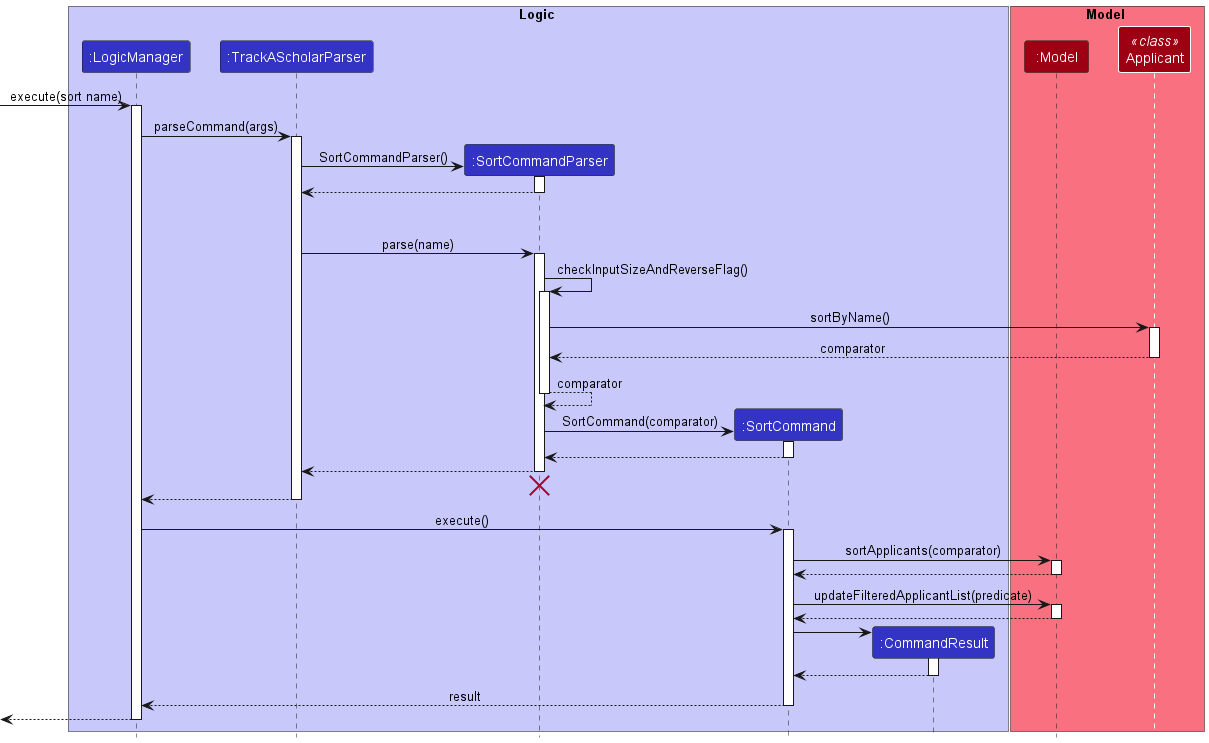
The PlantUML diagram docs/images/SortSequenceDiagram.png in nus-cs2103-AY2223S1/tp, before a commit. Its diagram source:
```plantuml
@startuml
!include style.puml


box Logic LOGIC_COLOR_T1
participant ":LogicManager" as LogicManager LOGIC_COLOR
participant ":TrackAScholarParser" as TrackAScholarParser LOGIC_COLOR
participant ":SortCommandParser" as SortCommandParser LOGIC_COLOR

participant ":SortCommand" as SortCommand LOGIC_COLOR
participant ":CommandResult" as CommandResult LOGIC_COLOR
end box

box Model MODEL_COLOR_T1

participant ":Model" as Model MODEL_COLOR
participant "Applicant" as Applicant <<class>> MODEL_COLOR
end box

[-> LogicManager : execute(sort name)
activate LogicManager

LogicManager -> TrackAScholarParser : parseCommand(args)
activate TrackAScholarParser

create SortCommandParser
TrackAScholarParser -> SortCommandParser : SortCommandParser()
activate SortCommandParser

SortCommandParser --> TrackAScholarParser
deactivate SortCommandParser

SortCommandParser -[hidden]-> TrackAScholarParser: BUFFER_MESSAGE

TrackAScholarParser -> SortCommandParser : parse(name)
activate SortCommandParser

SortCommandParser -> SortCommandParser : checkInputSizeAndReverseFlag()
activate SortCommandParser

SortCommandParser -> Applicant : sortByName()
activate Applicant

Applicant --> SortCommandParser : comparator
deactivate Applicant

SortCommandParser --> SortCommandParser : comparator
deactivate SortCommandParser

create SortCommand
SortCommandParser -> SortCommand : SortCommand(comparator)
activate SortCommand

SortCommand --> SortCommandParser
deactivate SortCommand

SortCommandParser --> TrackAScholarParser
deactivate SortCommandParser
SortCommandParser -[hidden]-> TrackAScholarParser
destroy SortCommandParser

TrackAScholarParser --> LogicManager
deactivate TrackAScholarParser

LogicManager -> SortCommand : execute()
activate SortCommand

SortCommand -> Model : sortApplicants(comparator)
activate Model

Model --> SortCommand
deactivate Model

SortCommand -> Model : updateFilteredApplicantList(predicate)
activate Model

Model --> SortCommand
deactivate Model

create CommandResult
SortCommand -> CommandResult
activate CommandResult

CommandResult --> SortCommand
deactivate CommandResult

SortCommand --> LogicManager : result
deactivate SortCommand

[<--LogicManager
deactivate LogicManager
@enduml
```
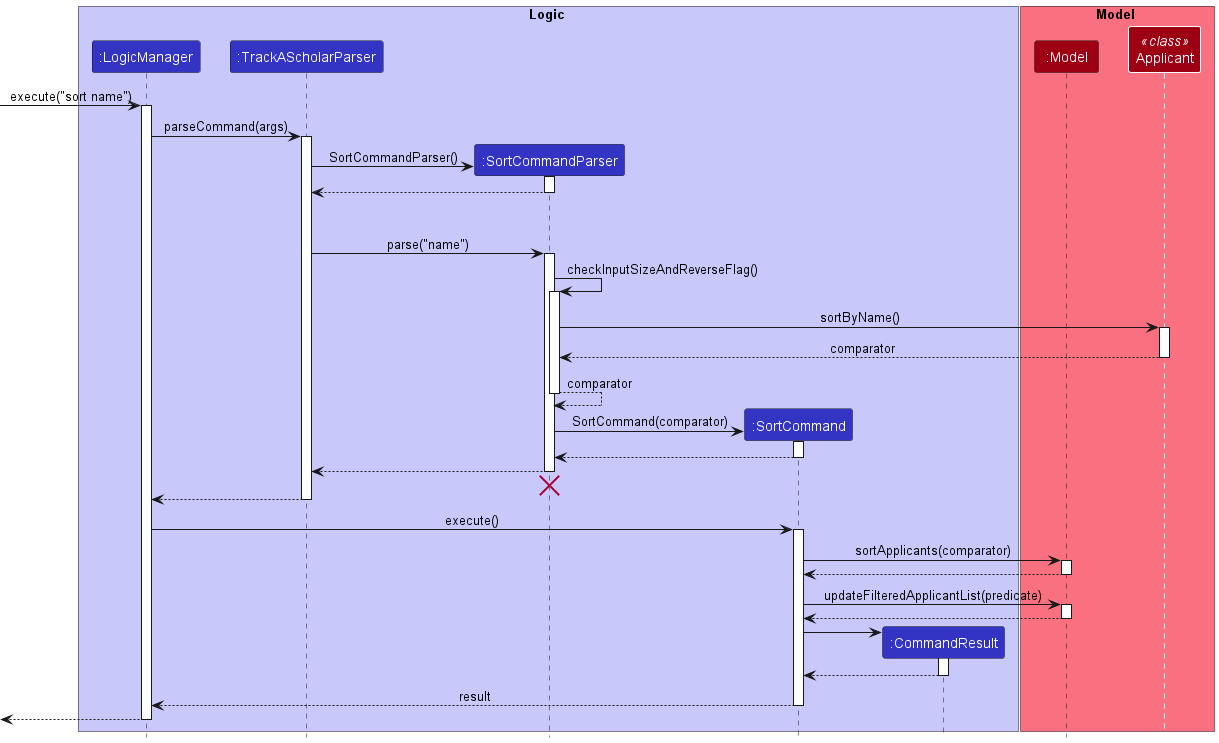
The same file after the commit.

Change to the diagram source:
```diff
@@ -17,7 +17,7 @@
 participant "Applicant" as Applicant <<class>> MODEL_COLOR
 end box
 
-[-> LogicManager : execute(sort name)
+[-> LogicManager : execute("sort name")
 activate LogicManager
 
 LogicManager -> TrackAScholarParser : parseCommand(args)
@@ -32,7 +32,7 @@
 
 SortCommandParser -[hidden]-> TrackAScholarParser: BUFFER_MESSAGE
 
-TrackAScholarParser -> SortCommandParser : parse(name)
+TrackAScholarParser -> SortCommandParser : parse("name")
 activate SortCommandParser
 
 SortCommandParser -> SortCommandParser : checkInputSizeAndReverseFlag()
```
